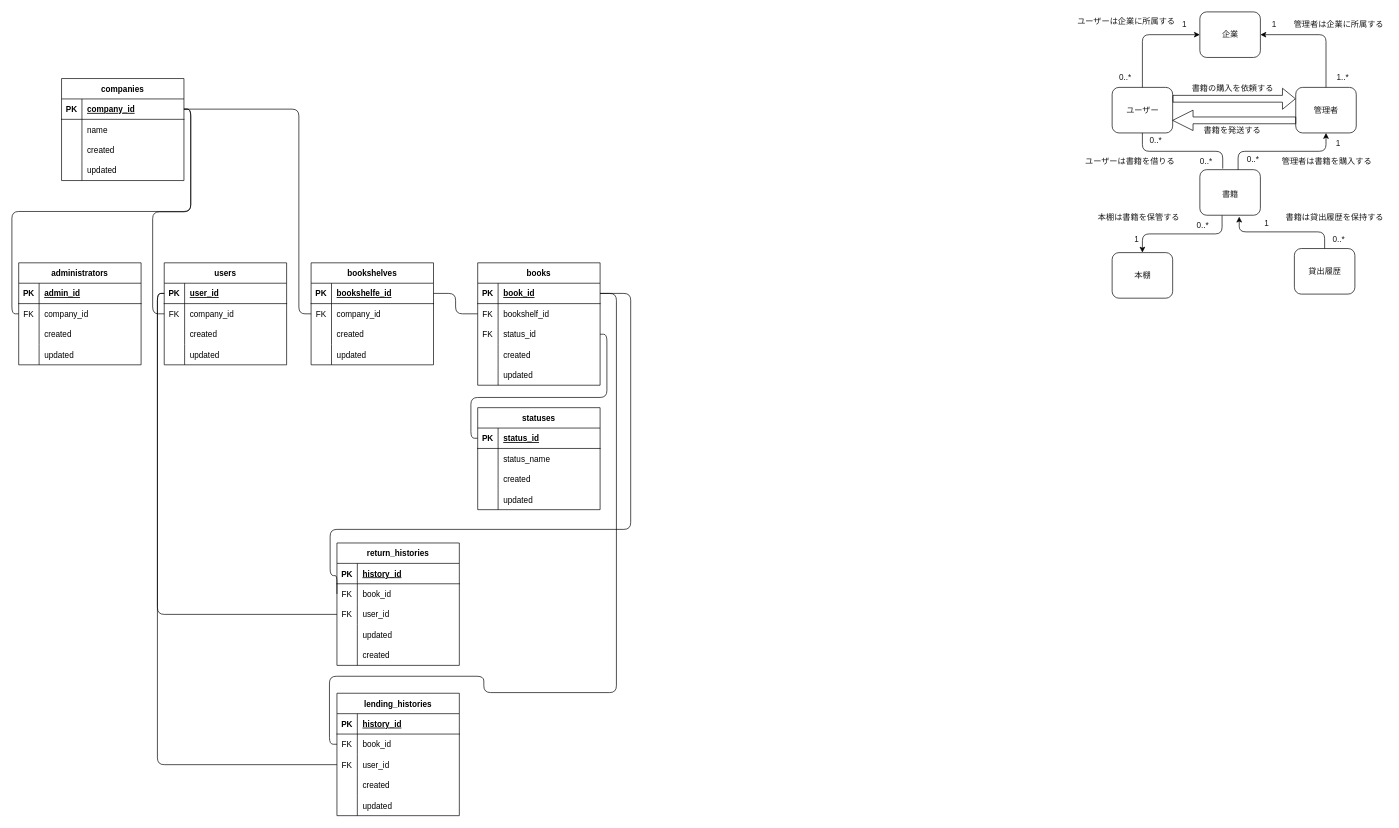
Tatsurou-Yajima/book-purchase-management-system keeps this draw.io diagram as ER図.drawio. Above is the earlier version. Source tidied: cells renumbered, new cells numbered last; positions are measured from the earlier drawing's top-left corner, leaving out a move shared by most shapes. Both pictures are drawn from the tidied source at 68%, with x=0, y=0 at pixel (18, 12).
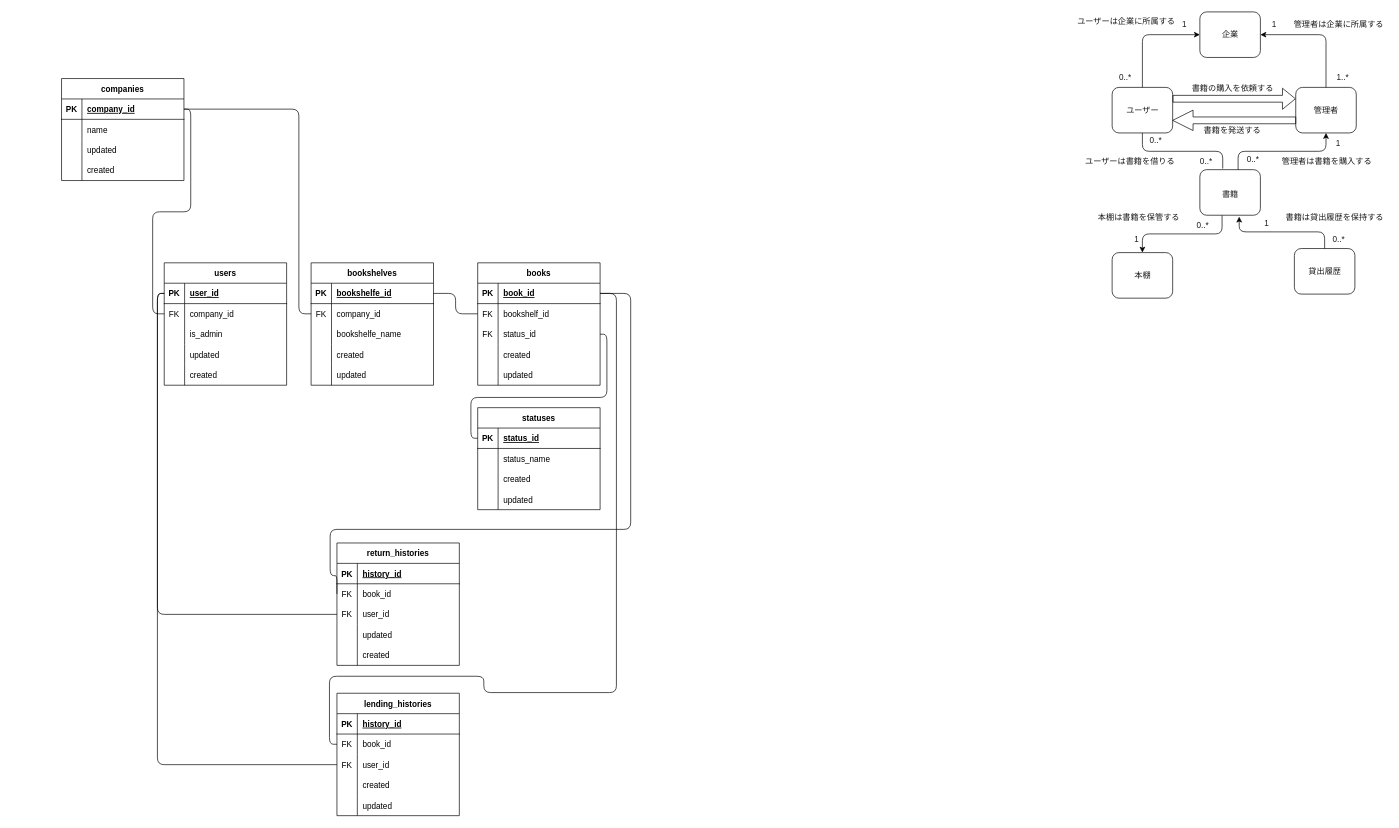
The same page after the edit.

Commit message (it also covers changes not shown here):
:+1: テーブル設計書追記(bookshelvesまで)、ER図修正

Unchanged cells that the change refers to:
```xml
<mxCell id="2" value="companies" style="shape=table;startSize=30;childLayout=tableLayout;rowLines=0;fontStyle=1;align=center;" parent="1" vertex="1">
  <mxGeometry x="63" y="98" width="180" height="150" as="geometry" />
</mxCell>
<mxCell id="3" style="shape=tableRow;horizontal=0;startSize=0;swimlaneHead=0;swimlaneBody=0;fillColor=none;points=[[0,0.5],[1,0.5]];portConstraint=eastwest;top=0;left=0;right=0;bottom=1;" parent="2" vertex="1">
  <mxGeometry y="30" width="180" height="30" as="geometry" />
</mxCell>
<mxCell id="22" style="shape=tableRow;horizontal=0;startSize=0;swimlaneHead=0;swimlaneBody=0;fillColor=none;top=0;left=0;right=0;bottom=0;" parent="15" vertex="1">
  <mxGeometry y="90" width="180" height="30" as="geometry" />
</mxCell>
```

Change to the diagram source:
```diff
@@
-    <mxCell id="9" style="shape=tableRow;horizontal=0;startSize=0;swimlaneHead=0;swimlaneBody=0;fillColor=none;top=0;left=0;right=0;bottom=0;" parent="2" vertex="1">
-      <mxGeometry y="90" width="180" height="30" as="geometry" />
-    </mxCell>
-    <mxCell id="10" style="shape=partialRectangle;fillColor=none;top=0;left=0;bottom=0;right=0;overflow=hidden;" parent="9" vertex="1">
-      <mxGeometry width="30" height="30" as="geometry" />
-    </mxCell>
-    <mxCell id="11" value="created" style="shape=partialRectangle;fillColor=none;top=0;left=0;bottom=0;right=0;align=left;spacingLeft=6;overflow=hidden;" parent="9" vertex="1">
-      <mxGeometry x="30" width="150" height="30" as="geometry" />
-    </mxCell>
     <mxCell id="12" style="shape=tableRow;horizontal=0;startSize=0;swimlaneHead=0;swimlaneBody=0;fillColor=none;top=0;left=0;right=0;bottom=0;" parent="2" vertex="1">
-      <mxGeometry y="120" width="180" height="30" as="geometry" />
+      <mxGeometry y="90" width="180" height="30" as="geometry" />
     </mxCell>
@@
+    <mxCell id="38" style="shape=tableRow;horizontal=0;startSize=0;swimlaneHead=0;swimlaneBody=0;fillColor=none;top=0;left=0;right=0;bottom=0;" parent="2" vertex="1">
+      <mxGeometry y="120" width="180" height="30" as="geometry" />
+    </mxCell>
+    <mxCell id="172" style="shape=partialRectangle;fillColor=none;top=0;left=0;bottom=0;right=0;overflow=hidden;" parent="38" vertex="1">
+      <mxGeometry width="30" height="30" as="geometry" />
+    </mxCell>
+    <mxCell id="173" value="created" style="shape=partialRectangle;fillColor=none;top=0;left=0;bottom=0;right=0;align=left;spacingLeft=6;overflow=hidden;" parent="38" vertex="1">
+      <mxGeometry x="30" width="150" height="30" as="geometry" />
+    </mxCell>
     <mxCell id="15" value="users" style="shape=table;startSize=30;childLayout=tableLayout;rowLines=0;fontStyle=1;align=center;" parent="1" vertex="1">
-      <mxGeometry x="214" y="369" width="180" height="150" as="geometry" />
+      <mxGeometry x="214" y="369" width="180" height="180" as="geometry" />
     </mxCell>
@@
-    <mxCell id="24" value="created" style="shape=partialRectangle;fillColor=none;top=0;left=0;bottom=0;right=0;align=left;spacingLeft=6;overflow=hidden;" parent="22" vertex="1">
+    <mxCell id="24" value="is_admin" style="shape=partialRectangle;fillColor=none;top=0;left=0;bottom=0;right=0;align=left;spacingLeft=6;overflow=hidden;" parent="22" vertex="1">
       <mxGeometry x="30" width="150" height="30" as="geometry" />
     </mxCell>
@@
-    <mxCell id="28" value="administrators" style="shape=table;startSize=30;childLayout=tableLayout;rowLines=0;fontStyle=1;align=center;" parent="1" vertex="1">
-      <mxGeometry y="369" width="180" height="150" as="geometry" />
-    </mxCell>
-    <mxCell id="29" style="shape=tableRow;horizontal=0;startSize=0;swimlaneHead=0;swimlaneBody=0;fillColor=none;top=0;left=0;right=0;bottom=1;" parent="28" vertex="1">
-      <mxGeometry y="30" width="180" height="30" as="geometry" />
-    </mxCell>
-    <mxCell id="30" value="PK" style="shape=partialRectangle;fillColor=none;top=0;left=0;bottom=0;right=0;fontStyle=1;overflow=hidden;" parent="29" vertex="1">
-      <mxGeometry width="30" height="30" as="geometry" />
-    </mxCell>
-    <mxCell id="31" value="admin_id" style="shape=partialRectangle;fillColor=none;top=0;left=0;bottom=0;right=0;align=left;spacingLeft=6;fontStyle=5;overflow=hidden;" parent="29" vertex="1">
-      <mxGeometry x="30" width="150" height="30" as="geometry" />
-    </mxCell>
-    <mxCell id="32" style="shape=tableRow;horizontal=0;startSize=0;swimlaneHead=0;swimlaneBody=0;fillColor=none;points=[[0,0.5],[1,0.5]];portConstraint=eastwest;top=0;left=0;right=0;bottom=0;" parent="28" vertex="1">
-      <mxGeometry y="60" width="180" height="30" as="geometry" />
-    </mxCell>
-    <mxCell id="33" value="FK" style="shape=partialRectangle;fillColor=none;top=0;left=0;bottom=0;right=0;overflow=hidden;" parent="32" vertex="1">
-      <mxGeometry width="30" height="30" as="geometry" />
-    </mxCell>
-    <mxCell id="34" value="company_id" style="shape=partialRectangle;fillColor=none;top=0;left=0;bottom=0;right=0;align=left;spacingLeft=6;overflow=hidden;" parent="32" vertex="1">
-      <mxGeometry x="30" width="150" height="30" as="geometry" />
-    </mxCell>
-    <mxCell id="35" style="shape=tableRow;horizontal=0;startSize=0;swimlaneHead=0;swimlaneBody=0;fillColor=none;top=0;left=0;right=0;bottom=0;" parent="28" vertex="1">
-      <mxGeometry y="90" width="180" height="30" as="geometry" />
-    </mxCell>
-    <mxCell id="36" style="shape=partialRectangle;fillColor=none;top=0;left=0;bottom=0;right=0;overflow=hidden;" parent="35" vertex="1">
-      <mxGeometry width="30" height="30" as="geometry" />
-    </mxCell>
-    <mxCell id="37" value="created" style="shape=partialRectangle;fillColor=none;top=0;left=0;bottom=0;right=0;align=left;spacingLeft=6;overflow=hidden;" parent="35" vertex="1">
-      <mxGeometry x="30" width="150" height="30" as="geometry" />
-    </mxCell>
-    <mxCell id="38" style="shape=tableRow;horizontal=0;startSize=0;swimlaneHead=0;swimlaneBody=0;fillColor=none;top=0;left=0;right=0;bottom=0;" parent="28" vertex="1">
-      <mxGeometry y="120" width="180" height="30" as="geometry" />
-    </mxCell>
-    <mxCell id="39" style="shape=partialRectangle;fillColor=none;top=0;left=0;bottom=0;right=0;overflow=hidden;" parent="38" vertex="1">
-      <mxGeometry width="30" height="30" as="geometry" />
-    </mxCell>
-    <mxCell id="40" value="updated" style="shape=partialRectangle;fillColor=none;top=0;left=0;bottom=0;right=0;align=left;spacingLeft=6;overflow=hidden;" parent="38" vertex="1">
-      <mxGeometry x="30" width="150" height="30" as="geometry" />
-    </mxCell>
+    <mxCell id="174" style="shape=tableRow;horizontal=0;startSize=0;swimlaneHead=0;swimlaneBody=0;fillColor=none;top=0;left=0;right=0;bottom=0;" parent="15" vertex="1">
+      <mxGeometry y="150" width="180" height="30" as="geometry" />
+    </mxCell>
+    <mxCell id="175" style="shape=partialRectangle;fillColor=none;top=0;left=0;bottom=0;right=0;overflow=hidden;" parent="174" vertex="1">
+      <mxGeometry width="30" height="30" as="geometry" />
+    </mxCell>
+    <mxCell id="176" value="created" style="shape=partialRectangle;fillColor=none;top=0;left=0;bottom=0;right=0;align=left;spacingLeft=6;overflow=hidden;" parent="174" vertex="1">
+      <mxGeometry x="30" width="150" height="30" as="geometry" />
+    </mxCell>
@@
     <mxCell id="57" value="bookshelves" style="shape=table;startSize=30;childLayout=tableLayout;rowLines=0;fontStyle=1;align=center;" parent="1" vertex="1">
-      <mxGeometry x="430" y="369" width="180" height="150" as="geometry" />
+      <mxGeometry x="430" y="369" width="180" height="180" as="geometry" />
     </mxCell>
@@
+    <mxCell id="177" style="shape=tableRow;horizontal=0;startSize=0;swimlaneHead=0;swimlaneBody=0;fillColor=none;top=0;left=0;right=0;bottom=0;" parent="57" vertex="1">
+      <mxGeometry y="90" width="180" height="30" as="geometry" />
+    </mxCell>
+    <mxCell id="178" style="shape=partialRectangle;fillColor=none;top=0;left=0;bottom=0;right=0;overflow=hidden;" parent="177" vertex="1">
+      <mxGeometry width="30" height="30" as="geometry" />
+    </mxCell>
+    <mxCell id="179" value="bookshelfe_name" style="shape=partialRectangle;fillColor=none;top=0;left=0;bottom=0;right=0;align=left;spacingLeft=6;overflow=hidden;" parent="177" vertex="1">
+      <mxGeometry x="30" width="150" height="30" as="geometry" />
+    </mxCell>
     <mxCell id="64" style="shape=tableRow;horizontal=0;startSize=0;swimlaneHead=0;swimlaneBody=0;fillColor=none;top=0;left=0;right=0;bottom=0;" parent="57" vertex="1">
-      <mxGeometry y="90" width="180" height="30" as="geometry" />
+      <mxGeometry y="120" width="180" height="30" as="geometry" />
     </mxCell>
@@
     <mxCell id="67" style="shape=tableRow;horizontal=0;startSize=0;swimlaneHead=0;swimlaneBody=0;fillColor=none;top=0;left=0;right=0;bottom=0;" parent="57" vertex="1">
-      <mxGeometry y="120" width="180" height="30" as="geometry" />
+      <mxGeometry y="150" width="180" height="30" as="geometry" />
     </mxCell>
@@
-    <mxCell id="86" style="edgeStyle=orthogonalEdgeStyle;html=1;entryX=0;entryY=0.5;entryDx=0;entryDy=0;exitX=1;exitY=0.5;exitDx=0;exitDy=0;endArrow=none;endFill=0;" parent="1" edge="1" source="3" target="32">
-      <mxGeometry relative="1" as="geometry" />
-    </mxCell>
```
